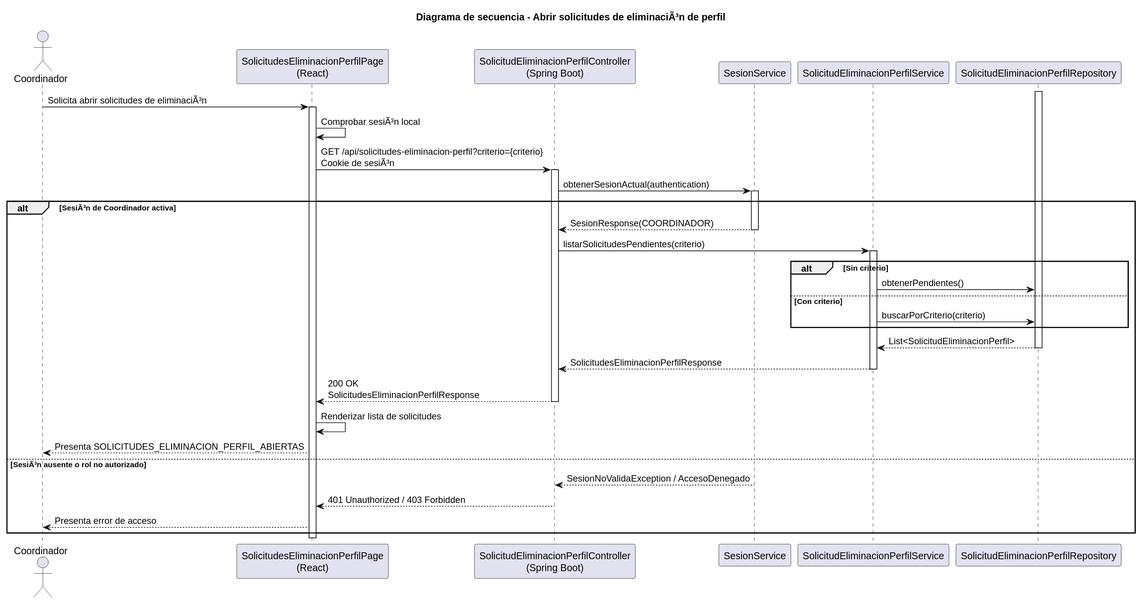
This is images/RUP/02-diseño/casos-uso/coordinador/abrirSolicitudesEliminacionPerfil/secuencia.svg from beatriizorozco/25-26-idsw2-sdVC, a PlantUML export, as it was before one commit.
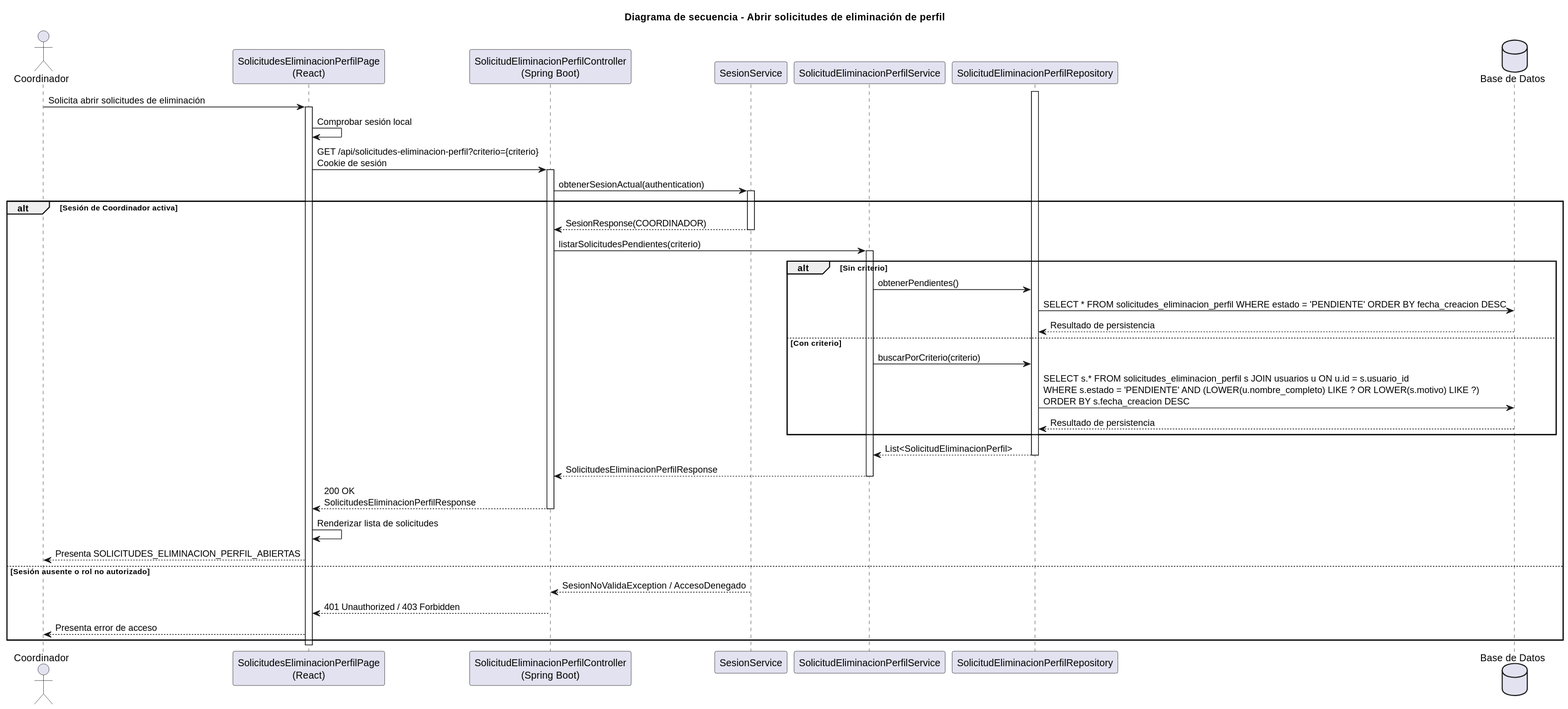
After the commit.

Diff of the diagram source:
```diff
@@ -1,5 +1,5 @@
 @startuml
-title Diagrama de secuencia - Abrir solicitudes de eliminaciÃ³n de perfil
+title Diagrama de secuencia - Abrir solicitudes de eliminación de perfil
 
 actor Coordinador
 participant "SolicitudesEliminacionPerfilPage\n(React)" as Frontend
@@ -7,23 +7,28 @@
 participant "SesionService" as Sesion
 participant "SolicitudEliminacionPerfilService" as SolicitudService
 participant "SolicitudEliminacionPerfilRepository" as SolicitudRepository
+database "Base de Datos" as DB
 
-Coordinador -> Frontend: Solicita abrir solicitudes de eliminaciÃ³n
+Coordinador -> Frontend: Solicita abrir solicitudes de eliminación
 activate Frontend
-Frontend -> Frontend: Comprobar sesiÃ³n local
-Frontend -> Api: GET /api/solicitudes-eliminacion-perfil?criterio={criterio}\nCookie de sesiÃ³n
+Frontend -> Frontend: Comprobar sesión local
+Frontend -> Api: GET /api/solicitudes-eliminacion-perfil?criterio={criterio}\nCookie de sesión
 activate Api
 Api -> Sesion: obtenerSesionActual(authentication)
 activate Sesion
-alt SesiÃ³n de Coordinador activa
+alt Sesión de Coordinador activa
     Sesion --> Api: SesionResponse(COORDINADOR)
     deactivate Sesion
     Api -> SolicitudService: listarSolicitudesPendientes(criterio)
     activate SolicitudService
     alt Sin criterio
         SolicitudService -> SolicitudRepository: obtenerPendientes()
+        SolicitudRepository -> DB: SELECT * FROM solicitudes_eliminacion_perfil WHERE estado = 'PENDIENTE' ORDER BY fecha_creacion DESC
+        DB --> SolicitudRepository: Resultado de persistencia
     else Con criterio
         SolicitudService -> SolicitudRepository: buscarPorCriterio(criterio)
+    SolicitudRepository -> DB: SELECT s.* FROM solicitudes_eliminacion_perfil s JOIN usuarios u ON u.id = s.usuario_id\nWHERE s.estado = 'PENDIENTE' AND (LOWER(u.nombre_completo) LIKE ? OR LOWER(s.motivo) LIKE ?)\nORDER BY s.fecha_creacion DESC
+        DB --> SolicitudRepository: Resultado de persistencia
     end
     activate SolicitudRepository
     SolicitudRepository --> SolicitudService: List<SolicitudEliminacionPerfil>
@@ -34,7 +39,7 @@
     deactivate Api
     Frontend -> Frontend: Renderizar lista de solicitudes
     Frontend --> Coordinador: Presenta SOLICITUDES_ELIMINACION_PERFIL_ABIERTAS
-else SesiÃ³n ausente o rol no autorizado
+else Sesión ausente o rol no autorizado
     Sesion --> Api: SesionNoValidaException / AccesoDenegado
     deactivate Sesion
     Api --> Frontend: 401 Unauthorized / 403 Forbidden
```
